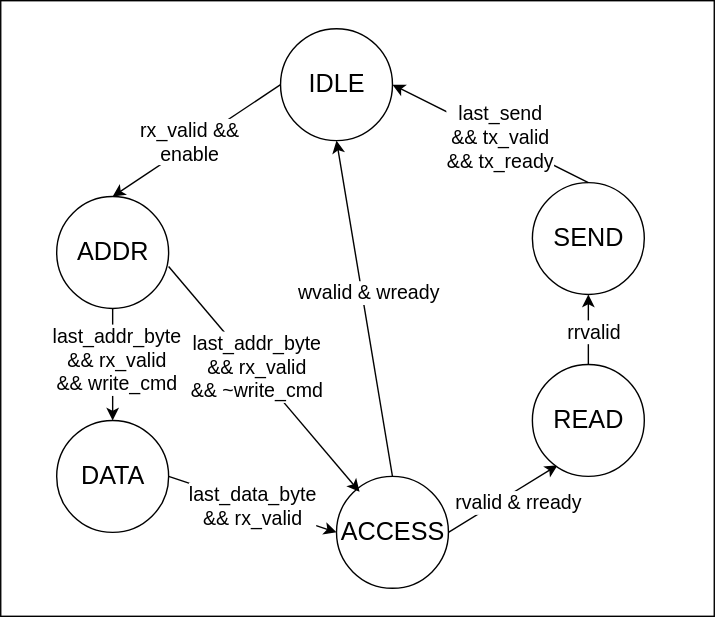
Above: doc/assets/uart_host_state.drawio.svg in feipenghhq/UART_controller (draw.io), before the change. Source tidied: cells renumbered, new cells last; positions are measured from the earlier drawing's top-left corner, leaving out a move shared by most shapes.
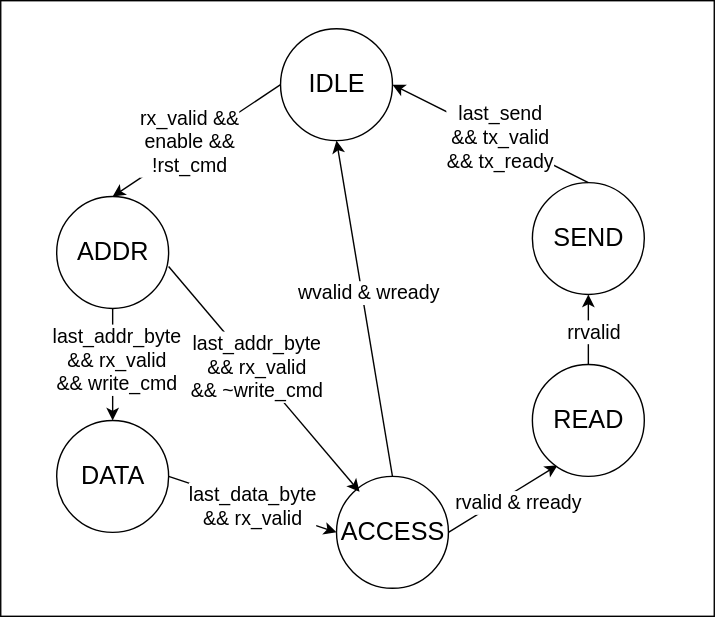
The same diagram one commit later.

What changed in the source:
```diff
@@ -25,7 +25,7 @@
         <mxPoint x="200" y="60" as="sourcePoint" />
       </mxGeometry>
     </mxCell>
-    <mxCell id="9" value="&lt;span style=&quot;color: rgb(0, 0, 0); font-size: 14px;&quot;&gt;rx_valid &amp;amp;&amp;amp;&lt;/span&gt;&lt;br style=&quot;font-size: 14px;&quot;&gt;&lt;span style=&quot;color: rgb(0, 0, 0); font-size: 14px;&quot;&gt;enable&lt;/span&gt;" style="edgeLabel;html=1;align=center;verticalAlign=middle;" parent="8" vertex="1">
+    <mxCell id="9" value="&lt;span style=&quot;color: rgb(0, 0, 0); font-size: 14px;&quot;&gt;rx_valid &amp;amp;&amp;amp;&lt;/span&gt;&lt;br style=&quot;font-size: 14px;&quot;&gt;&lt;span style=&quot;color: rgb(0, 0, 0); font-size: 14px;&quot;&gt;enable &amp;amp;&amp;amp;&lt;/span&gt;&lt;div&gt;&lt;span style=&quot;color: rgb(0, 0, 0); font-size: 14px;&quot;&gt;!rst_cmd&lt;/span&gt;&lt;/div&gt;" style="edgeLabel;html=1;align=center;verticalAlign=middle;" parent="8" vertex="1">
       <mxGeometry x="0.06" y="-3" relative="1" as="geometry" />
     </mxCell>
     <mxCell id="10" style="endArrow=classic;html=1;entryX=0.5;entryY=0;entryDx=0;entryDy=0;exitX=0.5;exitY=1;exitDx=0;exitDy=0;" parent="1" edge="1" source="5">
```
